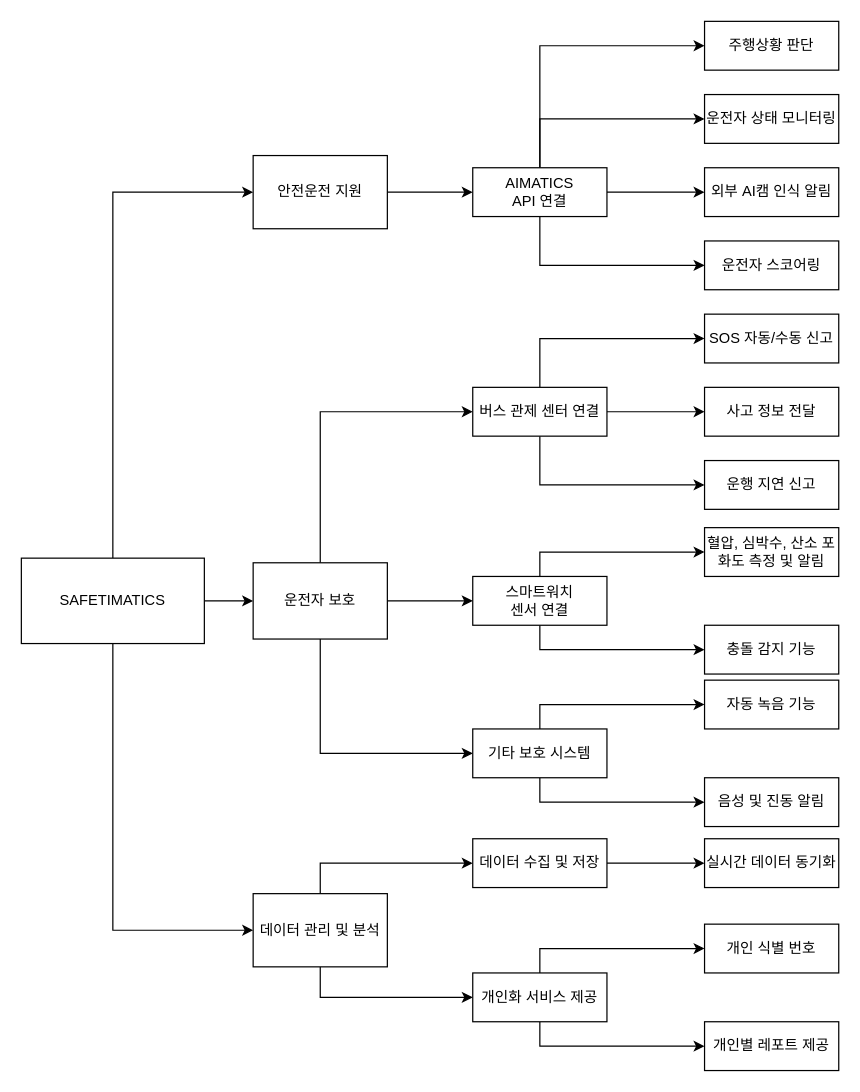
The draw.io diagram page "페이지-1" (1 of 6) of objective_tree.drawio in VegetableKim/-, before the edit. Source tidied: cells renumbered, new cells numbered last; positions are measured from the earlier drawing's top-left corner, leaving out a move shared by most shapes. Both pictures are drawn from the tidied source at 122%, with x=0, y=0 at pixel (21, 21).
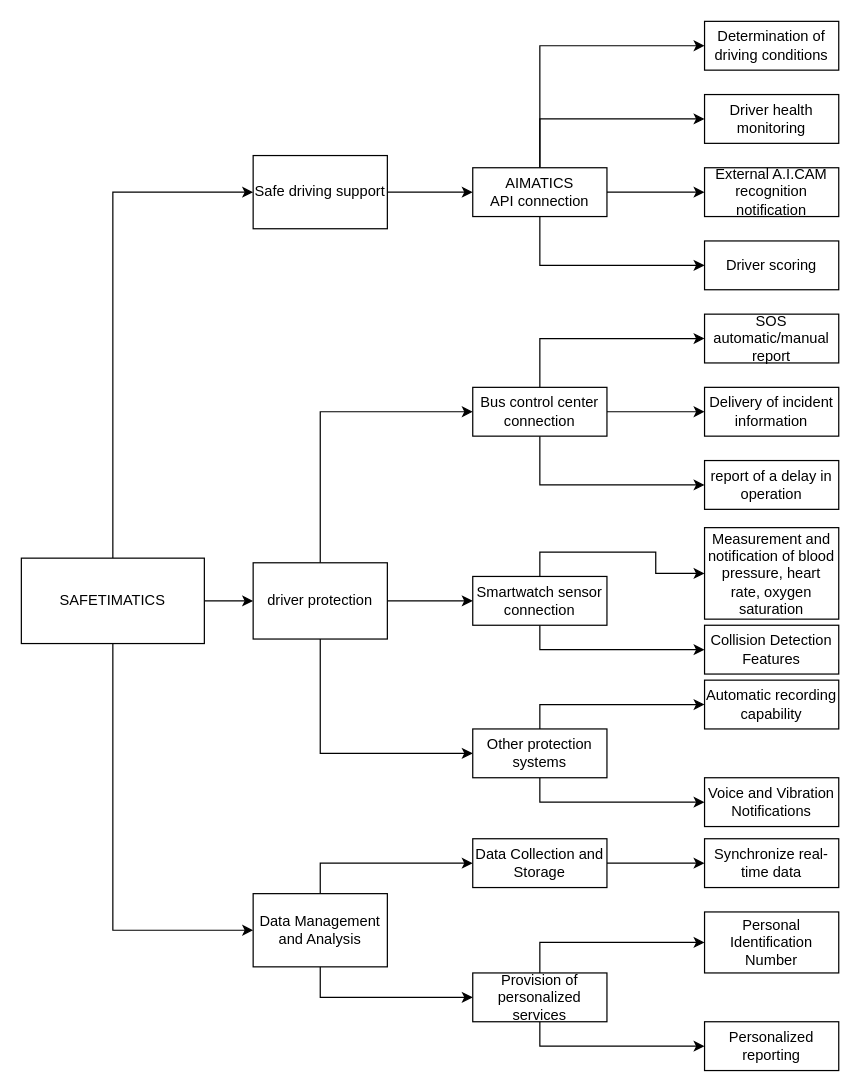
After the change.

What changed in the source:
```diff
@@
-    <mxCell id="7" value="&lt;span style=&quot;background-color: initial;&quot;&gt;안전운전 지원&lt;/span&gt;" style="rounded=0;whiteSpace=wrap;html=1;" parent="1" vertex="1">
+    <mxCell id="7" value="Safe driving support" style="rounded=0;whiteSpace=wrap;html=1;" parent="1" vertex="1">
       <mxGeometry x="190" y="110" width="110" height="60" as="geometry" />
     </mxCell>
@@
-    <mxCell id="11" value="운전자 보호" style="rounded=0;whiteSpace=wrap;html=1;" parent="1" vertex="1">
+    <mxCell id="11" value="driver protection" style="rounded=0;whiteSpace=wrap;html=1;" parent="1" vertex="1">
       <mxGeometry x="190" y="443.8" width="110" height="62.5" as="geometry" />
     </mxCell>
@@
-    <mxCell id="14" value="데이터 관리 및 분석" style="rounded=0;whiteSpace=wrap;html=1;" parent="1" vertex="1">
+    <mxCell id="14" value="Data Management and Analysis" style="rounded=0;whiteSpace=wrap;html=1;" parent="1" vertex="1">
       <mxGeometry x="190" y="715" width="110" height="60" as="geometry" />
     </mxCell>
@@
-    <mxCell id="16" value="데이터 수집 및 저장" style="rounded=0;whiteSpace=wrap;html=1;" parent="1" vertex="1">
+    <mxCell id="16" value="Data Collection and Storage" style="rounded=0;whiteSpace=wrap;html=1;" parent="1" vertex="1">
       <mxGeometry x="370" y="670" width="110" height="40" as="geometry" />
     </mxCell>
@@
-    <mxCell id="19" value="개인화 서비스 제공" style="rounded=0;whiteSpace=wrap;html=1;" parent="1" vertex="1">
+    <mxCell id="19" value="Provision of personalized services" style="rounded=0;whiteSpace=wrap;html=1;" parent="1" vertex="1">
       <mxGeometry x="370" y="780" width="110" height="40" as="geometry" />
     </mxCell>
-    <mxCell id="20" value="실시간 데이터 동기화" style="rounded=0;whiteSpace=wrap;html=1;" parent="1" vertex="1">
+    <mxCell id="20" value="Synchronize real-time data" style="rounded=0;whiteSpace=wrap;html=1;" parent="1" vertex="1">
       <mxGeometry x="560" y="670" width="110" height="40" as="geometry" />
     </mxCell>
-    <mxCell id="21" value="개인 식별 번호" style="rounded=0;whiteSpace=wrap;html=1;" parent="1" vertex="1">
-      <mxGeometry x="560" y="740" width="110" height="40" as="geometry" />
+    <mxCell id="21" value="Personal Identification Number" style="rounded=0;whiteSpace=wrap;html=1;" parent="1" vertex="1">
+      <mxGeometry x="560" y="730" width="110" height="50" as="geometry" />
     </mxCell>
-    <mxCell id="22" value="개인별 레포트 제공" style="rounded=0;whiteSpace=wrap;html=1;" parent="1" vertex="1">
+    <mxCell id="22" value="Personalized reporting" style="rounded=0;whiteSpace=wrap;html=1;" parent="1" vertex="1">
       <mxGeometry x="560" y="820" width="110" height="40" as="geometry" />
     </mxCell>
@@
-    <mxCell id="27" value="AIMATICS&lt;div&gt;API 연결&lt;/div&gt;" style="rounded=0;whiteSpace=wrap;html=1;" parent="1" vertex="1">
+    <mxCell id="27" value="AIMATICS&lt;div&gt;API connection&lt;/div&gt;" style="rounded=0;whiteSpace=wrap;html=1;" parent="1" vertex="1">
       <mxGeometry x="370" y="120" width="110" height="40" as="geometry" />
     </mxCell>
-    <mxCell id="28" value="운전자 상태 모니터링" style="rounded=0;whiteSpace=wrap;html=1;" parent="1" vertex="1">
+    <mxCell id="28" value="Driver health monitoring" style="rounded=0;whiteSpace=wrap;html=1;" parent="1" vertex="1">
       <mxGeometry x="560" y="60" width="110" height="40" as="geometry" />
     </mxCell>
-    <mxCell id="29" value="운전자 스코어링" style="rounded=0;whiteSpace=wrap;html=1;" parent="1" vertex="1">
+    <mxCell id="29" value="Driver scoring" style="rounded=0;whiteSpace=wrap;html=1;" parent="1" vertex="1">
       <mxGeometry x="560" y="180" width="110" height="40" as="geometry" />
     </mxCell>
@@
-    <mxCell id="33" value="버스 관제 센터 연결" style="rounded=0;whiteSpace=wrap;html=1;" parent="1" vertex="1">
+    <mxCell id="33" value="Bus control center connection" style="rounded=0;whiteSpace=wrap;html=1;" parent="1" vertex="1">
       <mxGeometry x="370" y="300" width="110" height="40" as="geometry" />
     </mxCell>
@@
-    <mxCell id="36" value="스마트워치&lt;div&gt;센서 연결&lt;/div&gt;" style="rounded=0;whiteSpace=wrap;html=1;" parent="1" vertex="1">
+    <mxCell id="36" value="Smartwatch sensor connection" style="rounded=0;whiteSpace=wrap;html=1;" parent="1" vertex="1">
       <mxGeometry x="370" y="455" width="110" height="40" as="geometry" />
     </mxCell>
@@
-    <mxCell id="39" value="기타 보호 시스템" style="rounded=0;whiteSpace=wrap;html=1;" parent="1" vertex="1">
+    <mxCell id="39" value="Other protection systems" style="rounded=0;whiteSpace=wrap;html=1;" parent="1" vertex="1">
       <mxGeometry x="370" y="580" width="110" height="40" as="geometry" />
     </mxCell>
-    <mxCell id="40" value="SOS 자동/수동 신고" style="rounded=0;whiteSpace=wrap;html=1;" parent="1" vertex="1">
+    <mxCell id="40" value="SOS automatic/manual report" style="rounded=0;whiteSpace=wrap;html=1;" parent="1" vertex="1">
       <mxGeometry x="560" y="240" width="110" height="40" as="geometry" />
     </mxCell>
-    <mxCell id="41" value="사고 정보 전달" style="rounded=0;whiteSpace=wrap;html=1;" parent="1" vertex="1">
+    <mxCell id="41" value="Delivery of incident information" style="rounded=0;whiteSpace=wrap;html=1;" parent="1" vertex="1">
       <mxGeometry x="560" y="300" width="110" height="40" as="geometry" />
     </mxCell>
-    <mxCell id="42" value="운행 지연 신고" style="rounded=0;whiteSpace=wrap;html=1;" parent="1" vertex="1">
+    <mxCell id="42" value="report of a delay in operation" style="rounded=0;whiteSpace=wrap;html=1;" parent="1" vertex="1">
       <mxGeometry x="560" y="360" width="110" height="40" as="geometry" />
     </mxCell>
-    <mxCell id="43" value="혈압, 심박수, 산소 포화도 측정 및 알림" style="rounded=0;whiteSpace=wrap;html=1;" parent="1" vertex="1">
-      <mxGeometry x="560" y="415" width="110" height="40" as="geometry" />
+    <mxCell id="43" value="Measurement and notification of blood pressure, heart rate, oxygen saturation" style="rounded=0;whiteSpace=wrap;html=1;" parent="1" vertex="1">
+      <mxGeometry x="560" y="415" width="110" height="75" as="geometry" />
     </mxCell>
-    <mxCell id="44" value="충돌 감지 기능" style="rounded=0;whiteSpace=wrap;html=1;" parent="1" vertex="1">
+    <mxCell id="44" value="Collision Detection Features" style="rounded=0;whiteSpace=wrap;html=1;" parent="1" vertex="1">
       <mxGeometry x="560" y="495" width="110" height="40" as="geometry" />
     </mxCell>
-    <mxCell id="45" value="자동 녹음 기능" style="rounded=0;whiteSpace=wrap;html=1;" parent="1" vertex="1">
+    <mxCell id="45" value="Automatic recording capability" style="rounded=0;whiteSpace=wrap;html=1;" parent="1" vertex="1">
       <mxGeometry x="560" y="540" width="110" height="40" as="geometry" />
     </mxCell>
-    <mxCell id="46" value="외부 AI캠 인식 알림" style="rounded=0;whiteSpace=wrap;html=1;" parent="1" vertex="1">
+    <mxCell id="46" value="External A.I.CAM recognition notification" style="rounded=0;whiteSpace=wrap;html=1;" parent="1" vertex="1">
       <mxGeometry x="560" y="120" width="110" height="40" as="geometry" />
     </mxCell>
-    <mxCell id="47" value="주행상황 판단" style="rounded=0;whiteSpace=wrap;html=1;" parent="1" vertex="1">
+    <mxCell id="47" value="Determination of driving conditions" style="rounded=0;whiteSpace=wrap;html=1;" parent="1" vertex="1">
       <mxGeometry x="560" width="110" height="40" as="geometry" />
     </mxCell>
-    <mxCell id="48" value="음성 및 진동 알림" style="rounded=0;whiteSpace=wrap;html=1;" parent="1" vertex="1">
+    <mxCell id="48" value="Voice and Vibration Notifications" style="rounded=0;whiteSpace=wrap;html=1;" parent="1" vertex="1">
       <mxGeometry x="560" y="620" width="110" height="40" as="geometry" />
     </mxCell>
```
